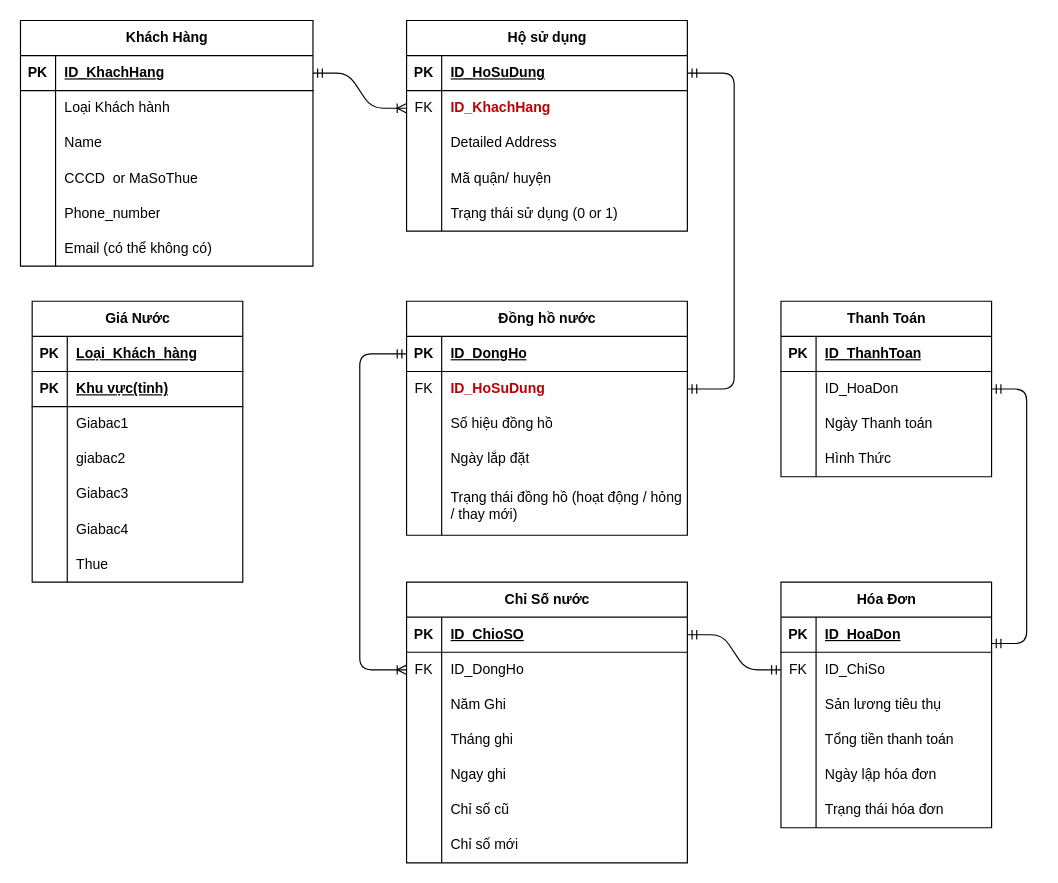
Above: csdl.drawio in lethanhtung7002/water_management (draw.io), before the change. Source tidied: cells renumbered, new cells numbered last; positions are measured from the earlier drawing's top-left corner, leaving out a move shared by most shapes. Both pictures are drawn from the tidied source at 117%, with x=0, y=0 at pixel (20, 20).
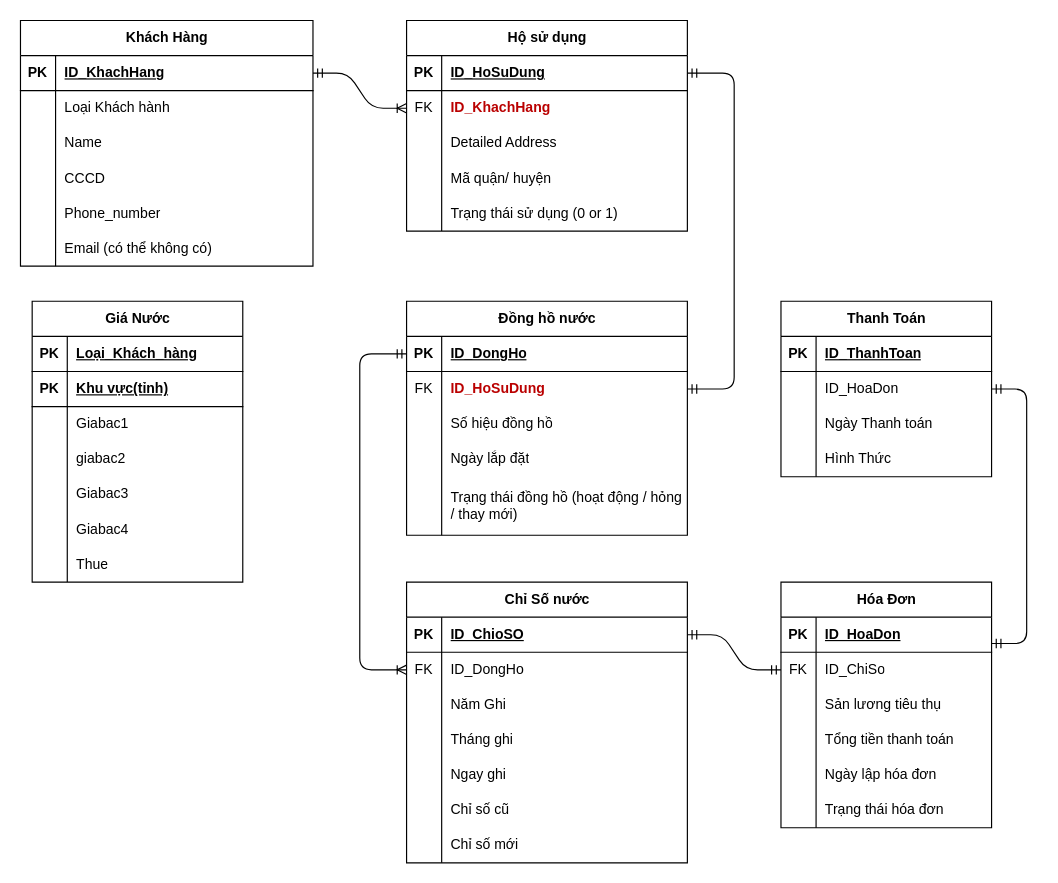
The same diagram, later.

Unchanged cells that the change refers to:
```xml
<mxCell id="12" style="shape=tableRow;horizontal=0;startSize=0;swimlaneHead=0;swimlaneBody=0;fillColor=none;top=0;left=0;right=0;bottom=0;" parent="2" vertex="1">
  <mxGeometry y="120" width="250" height="30" as="geometry" />
</mxCell>
```

What changed in the source:
```diff
@@
-    <mxCell id="14" value="CCCD&amp;nbsp; or MaSoThue" style="shape=partialRectangle;fillColor=none;top=0;left=0;bottom=0;right=0;align=left;spacingLeft=6;overflow=hidden;whiteSpace=wrap;html=1;" parent="12" vertex="1">
+    <mxCell id="14" value="CCCD&amp;nbsp;" style="shape=partialRectangle;fillColor=none;top=0;left=0;bottom=0;right=0;align=left;spacingLeft=6;overflow=hidden;whiteSpace=wrap;html=1;" parent="12" vertex="1">
       <mxGeometry x="30" width="220" height="30" as="geometry" />
     </mxCell>
```
